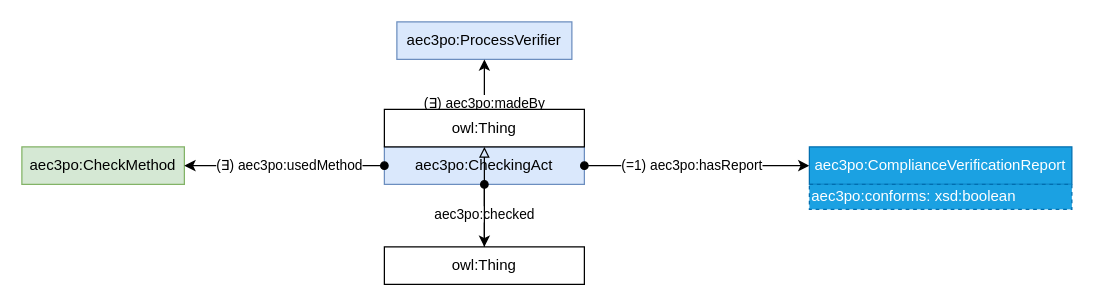
Above: page "Copy of checking_act" (5 of 47) of src/aec3po.drawio in Accord-Project/aec3po (draw.io), before the change. Source tidied: cells renumbered, new cells numbered last; positions are measured from the earlier drawing's top-left corner, leaving out a move shared by most shapes. Both pictures are drawn from the tidied source at 125%, with x=0, y=0 at pixel (21, 21).
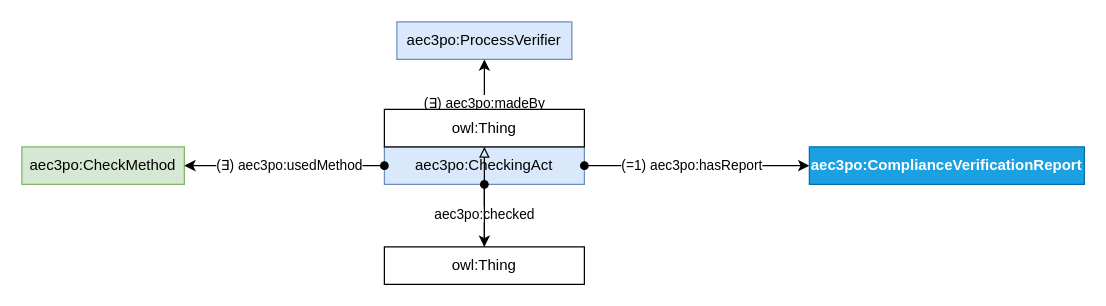
Above is the later version.

The edit, as a diff of the source:
```diff
@@
 <mxGraphModel>
   <root>
     <mxCell id="0" />
     <mxCell id="1" parent="0" />
     <mxCell id="2" value="aec3po:CheckMethod" style="rounded=0;whiteSpace=wrap;html=1;snapToPoint=1;points=[[0.1,0],[0.2,0],[0.3,0],[0.4,0],[0.5,0],[0.6,0],[0.7,0],[0.8,0],[0.9,0],[0,0.1],[0,0.3],[0,0.5],[0,0.7],[0,0.9],[0.1,1],[0.2,1],[0.3,1],[0.4,1],[0.5,1],[0.6,1],[0.7,1],[0.8,1],[0.9,1],[1,0.1],[1,0.3],[1,0.5],[1,0.7],[1,0.9]];fillColor=#d5e8d4;strokeColor=#82b366;" parent="1" vertex="1">
       <mxGeometry y="100" width="130" height="30" as="geometry" />
     </mxCell>
     <mxCell id="3" value="aec3po:CheckingAct" style="rounded=0;whiteSpace=wrap;html=1;snapToPoint=1;points=[[0.1,0],[0.2,0],[0.3,0],[0.4,0],[0.5,0],[0.6,0],[0.7,0],[0.8,0],[0.9,0],[0,0.1],[0,0.3],[0,0.5],[0,0.7],[0,0.9],[0.1,1],[0.2,1],[0.3,1],[0.4,1],[0.5,1],[0.6,1],[0.7,1],[0.8,1],[0.9,1],[1,0.1],[1,0.3],[1,0.5],[1,0.7],[1,0.9]];fillColor=#dae8fc;strokeColor=#6c8ebf;" parent="1" vertex="1">
       <mxGeometry x="290" y="100" width="160" height="30" as="geometry" />
     </mxCell>
     <mxCell id="4" value="aec3po:ProcessVerifier" style="rounded=0;whiteSpace=wrap;html=1;snapToPoint=1;points=[[0.1,0],[0.2,0],[0.3,0],[0.4,0],[0.5,0],[0.6,0],[0.7,0],[0.8,0],[0.9,0],[0,0.1],[0,0.3],[0,0.5],[0,0.7],[0,0.9],[0.1,1],[0.2,1],[0.3,1],[0.4,1],[0.5,1],[0.6,1],[0.7,1],[0.8,1],[0.9,1],[1,0.1],[1,0.3],[1,0.5],[1,0.7],[1,0.9]];fillColor=#dae8fc;strokeColor=#6c8ebf;" parent="1" vertex="1">
       <mxGeometry x="300" width="140" height="30" as="geometry" />
     </mxCell>
     <mxCell id="5" value="(∃) aec3po:madeBy" style="edgeStyle=orthogonalEdgeStyle;rounded=0;jettySize=auto;html=1;entryX=0.5;entryY=1;entryDx=0;entryDy=0;startArrow=none;startFill=0;endArrow=classic;endFill=1;exitX=0.5;exitY=0;exitDx=0;exitDy=0;" parent="1" edge="1" source="3" target="4">
       <mxGeometry relative="1" as="geometry" />
     </mxCell>
     <mxCell id="6" value="(∃) aec3po:usedMethod" style="edgeStyle=orthogonalEdgeStyle;rounded=0;jettySize=auto;html=1;startArrow=oval;startFill=1;endArrow=classic;endFill=1;" parent="1" edge="1" source="3" target="2">
       <mxGeometry x="-0.05" relative="1" as="geometry">
         <Array as="points">
           <mxPoint x="362" y="126" />
           <mxPoint x="200" y="126" />
         </Array>
       </mxGeometry>
     </mxCell>
     <mxCell id="7" value="(=1) aec3po:hasReport" style="edgeStyle=orthogonalEdgeStyle;rounded=0;jettySize=auto;html=1;startArrow=oval;startFill=1;endArrow=classic;endFill=1;exitX=1;exitY=0.5;exitDx=0;exitDy=0;" parent="1" edge="1" source="3">
       <mxGeometry x="-0.05" relative="1" as="geometry">
         <mxPoint x="630" y="115" as="targetPoint" />
       </mxGeometry>
     </mxCell>
-    <mxCell id="8" value="aec3po:ComplianceVerificationReport" style="rounded=0;whiteSpace=wrap;html=1;fillColor=#1ba1e2;strokeColor=#006EAF;fontColor=#ffffff;" parent="1" vertex="1">
-      <mxGeometry x="630" y="100" width="210" height="30" as="geometry" />
+    <mxCell id="8" value="&lt;b&gt;aec3po:ComplianceVerificationReport&lt;/b&gt;" style="rounded=0;whiteSpace=wrap;html=1;fillColor=#1ba1e2;strokeColor=#006EAF;fontColor=#ffffff;" parent="1" vertex="1">
+      <mxGeometry x="630" y="100" width="220" height="30" as="geometry" />
     </mxCell>
-    <mxCell id="9" value="aec3po:conforms: xsd:boolean" style="rounded=0;whiteSpace=wrap;html=1;fillColor=#1ba1e2;strokeColor=#006EAF;align=left;dashed=1;fontColor=#ffffff;" parent="1" vertex="1">
-      <mxGeometry x="630" y="130" width="210" height="20" as="geometry" />
-    </mxCell>
     <mxCell id="10" value="aec3po:checked" style="edgeStyle=orthogonalEdgeStyle;rounded=0;jettySize=auto;html=1;startArrow=oval;startFill=1;endArrow=classic;endFill=1;exitX=0.5;exitY=1;exitDx=0;exitDy=0;" parent="1" edge="1" source="3">
       <mxGeometry x="-0.05" relative="1" as="geometry">
         <mxPoint x="370" y="180" as="targetPoint" />
       </mxGeometry>
     </mxCell>
     <mxCell id="11" style="edgeStyle=orthogonalEdgeStyle;shape=connector;rounded=0;jettySize=auto;html=1;labelBackgroundColor=default;strokeColor=default;fontFamily=Helvetica;fontSize=11;fontColor=default;endArrow=block;endFill=0;" parent="1" edge="1" source="12" target="13">
       <mxGeometry relative="1" as="geometry" />
     </mxCell>
     <mxCell id="12" value="owl:Thing" style="rounded=0;whiteSpace=wrap;html=1;snapToPoint=1;points=[[0.1,0],[0.2,0],[0.3,0],[0.4,0],[0.5,0],[0.6,0],[0.7,0],[0.8,0],[0.9,0],[0,0.1],[0,0.3],[0,0.5],[0,0.7],[0,0.9],[0.1,1],[0.2,1],[0.3,1],[0.4,1],[0.5,1],[0.6,1],[0.7,1],[0.8,1],[0.9,1],[1,0.1],[1,0.3],[1,0.5],[1,0.7],[1,0.9]];" parent="1" vertex="1">
       <mxGeometry x="290" y="180" width="160" height="30" as="geometry" />
     </mxCell>
     <mxCell id="13" value="owl:Thing" style="rounded=0;whiteSpace=wrap;html=1;snapToPoint=1;points=[[0.1,0],[0.2,0],[0.3,0],[0.4,0],[0.5,0],[0.6,0],[0.7,0],[0.8,0],[0.9,0],[0,0.1],[0,0.3],[0,0.5],[0,0.7],[0,0.9],[0.1,1],[0.2,1],[0.3,1],[0.4,1],[0.5,1],[0.6,1],[0.7,1],[0.8,1],[0.9,1],[1,0.1],[1,0.3],[1,0.5],[1,0.7],[1,0.9]];" parent="1" vertex="1">
       <mxGeometry x="290" y="70" width="160" height="30" as="geometry" />
     </mxCell>
   </root>
 </mxGraphModel>
```
